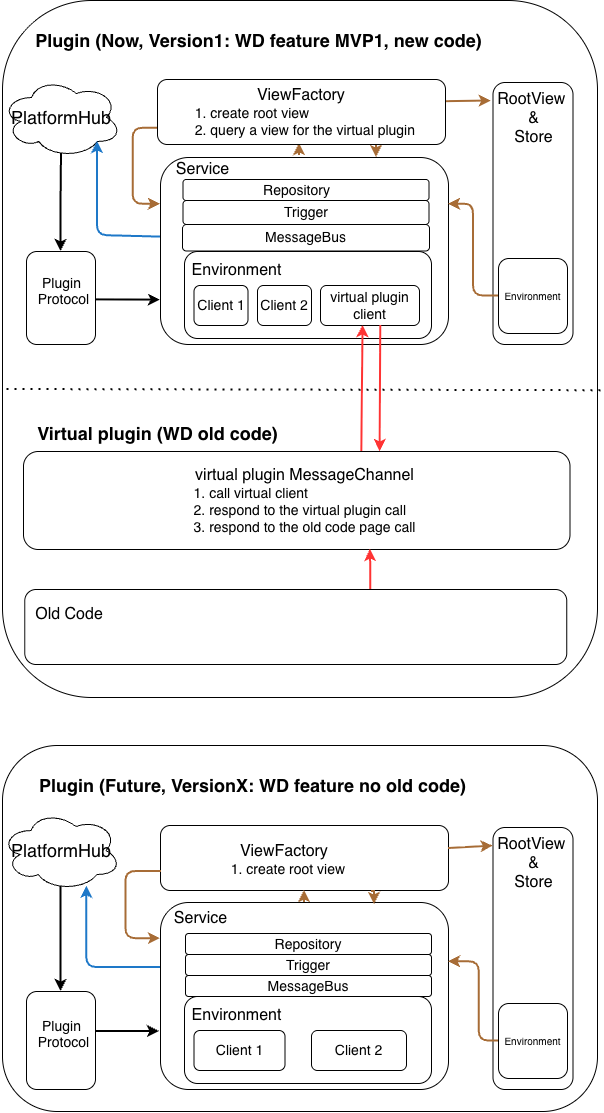
SumiaFish/kevinyyhuangcc keeps this draw.io diagram as 架构图-新旧代码迁移图.drawio.white.png. Above is the earlier version. Source tidied: cells renumbered, new cells last; positions are measured from the earlier drawing's top-left corner, leaving out a move shared by most shapes.
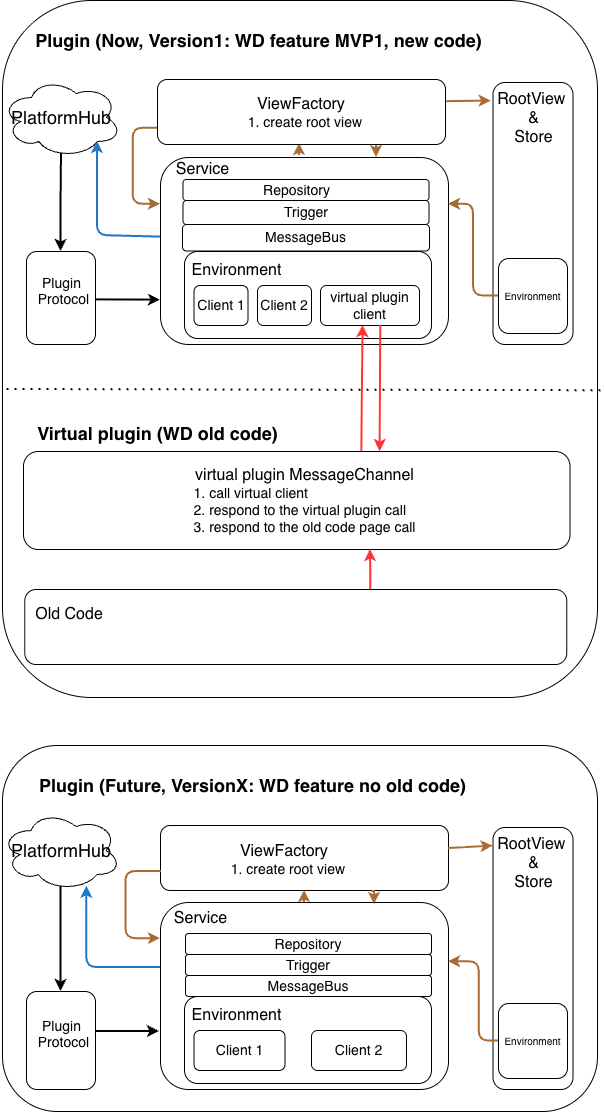
The same diagram one commit later.

Change to the diagram source:
```diff
@@ -210,7 +210,7 @@
     <mxCell id="58" style="edgeStyle=orthogonalEdgeStyle;rounded=0;jettySize=auto;html=1;exitX=0.75;exitY=1;exitDx=0;exitDy=0;entryX=0.75;entryY=0;entryDx=0;entryDy=0;defaultLabelBackgroundColor=page;strokeWidth=2;strokeColor=#A76C36;" parent="1" edge="1" source="59" target="6">
       <mxGeometry relative="1" as="geometry" />
     </mxCell>
-    <mxCell id="59" value="&lt;font style=&quot;font-size: 16px;&quot;&gt;ViewFactory&lt;/font&gt;&lt;div style=&quot;text-align: left;&quot;&gt;&lt;font style=&quot;font-size: 14px;&quot;&gt;&amp;nbsp; 1. create root view&lt;/font&gt;&lt;/div&gt;&lt;div style=&quot;text-align: left;&quot;&gt;&lt;font style=&quot;font-size: 14px;&quot;&gt;&amp;nbsp; 2. query a view for the virtual plugin&lt;/font&gt;&lt;/div&gt;" style="rounded=1;whiteSpace=wrap;html=1;roundedPerimeter=1;" parent="1" vertex="1">
+    <mxCell id="59" value="&lt;font style=&quot;font-size: 16px;&quot;&gt;ViewFactory&lt;/font&gt;&lt;div style=&quot;text-align: left;&quot;&gt;&lt;font style=&quot;font-size: 14px;&quot;&gt;&amp;nbsp; 1. create root view&lt;/font&gt;&lt;/div&gt;" style="rounded=1;whiteSpace=wrap;html=1;roundedPerimeter=1;" parent="1" vertex="1">
       <mxGeometry x="157" y="79" width="288" height="65" as="geometry" />
     </mxCell>
     <mxCell id="60" value="&lt;span style=&quot;font-size: 14px;&quot;&gt;Trigger&lt;/span&gt;" style="rounded=1;whiteSpace=wrap;html=1;roundedPerimeter=1;" parent="1" vertex="1">
```
